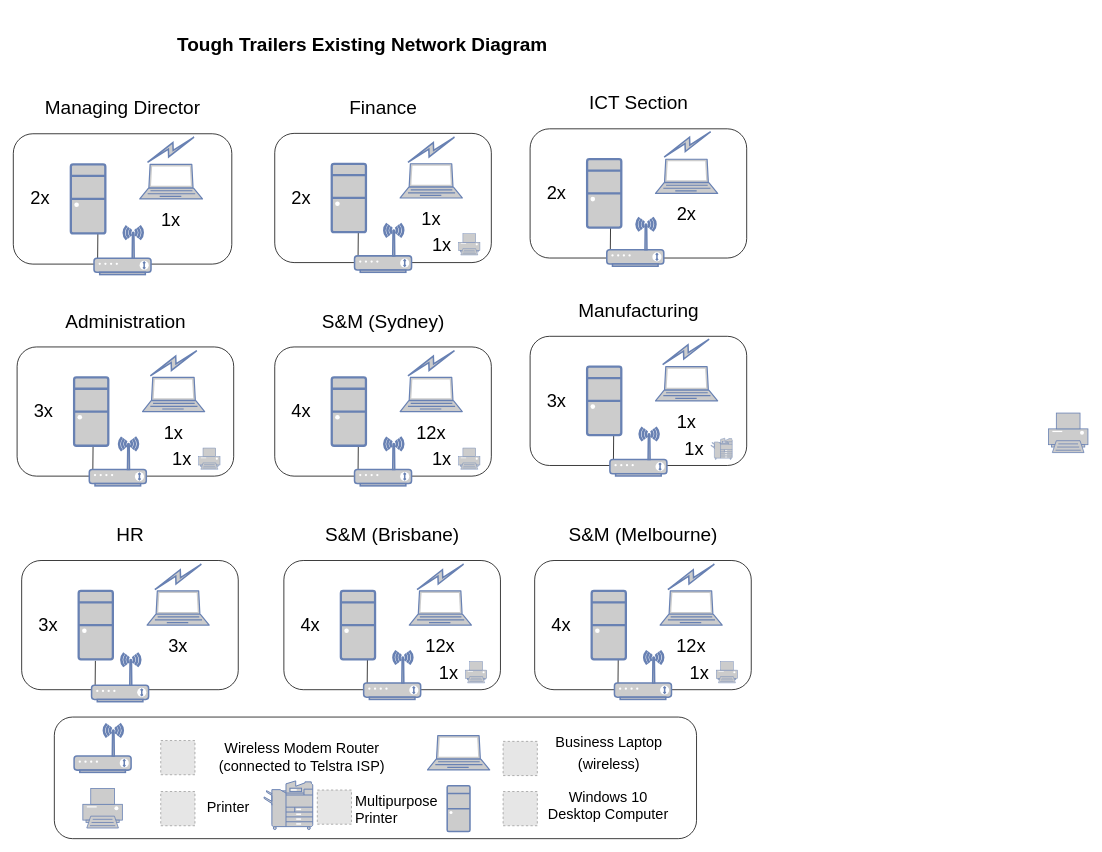
TechWiz-3/Network-Diagrams keeps this draw.io diagram as ToughTrailersExistingNetworkDiagram.drawio. Above is the earlier version. Source tidied: cells renumbered, new cells numbered last; positions are measured from the earlier drawing's top-left corner, leaving out a move shared by most shapes. Both pictures are drawn from the tidied source at 76%, with x=0, y=0 at pixel (13, 13). Pictures stored in the file or linked from it are replaced by grey dashed boxes.
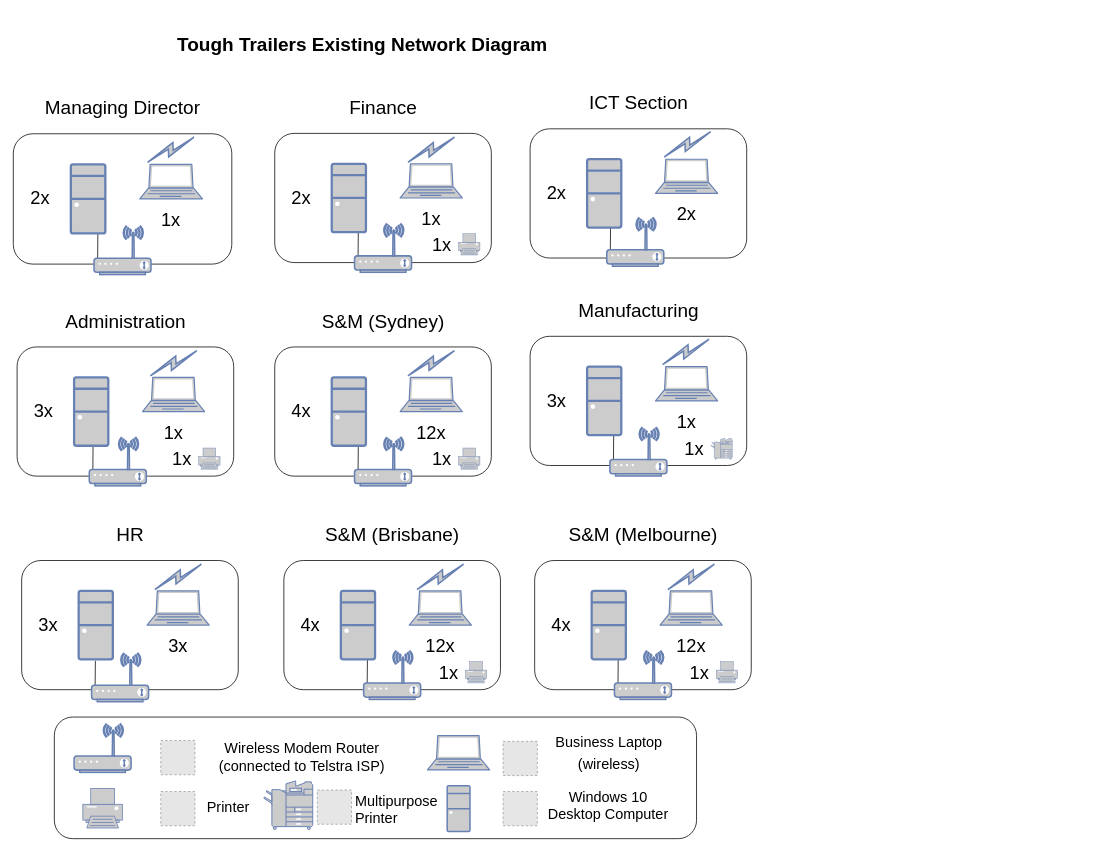
Above is the later version.

The edit, as a diff of the source:
```diff
@@
-    <mxCell id="115" style="fontColor=#0066CC;verticalAlign=top;verticalLabelPosition=bottom;labelPosition=center;align=center;html=1;fillColor=#CCCCCC;strokeColor=#6881B3;gradientColor=none;gradientDirection=north;strokeWidth=2;shape=mxgraph.networks.printer;rounded=1;fontFamily=Helvetica;fontSize=19;" parent="1" vertex="1">
-      <mxGeometry x="1362" y="526" width="52" height="52" as="geometry" />
-    </mxCell>
```
